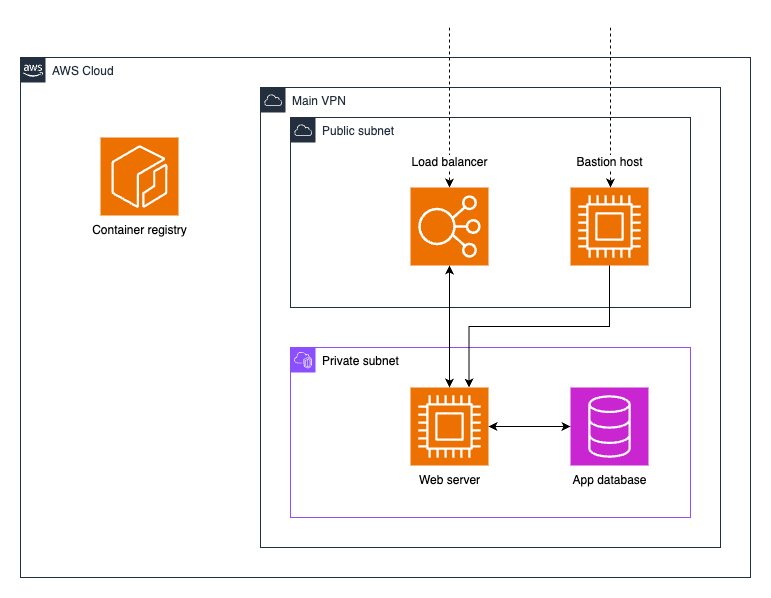
Before: app/assets/images/docs/infrastructure.png, a diagram exported from draw.io (eagerworks/rails-template). Source tidied: cells renumbered, new cells last; positions are measured from the earlier drawing's top-left corner, leaving out a move shared by most shapes. The source it was exported from:
```xml
<mxGraphModel>
  <root>
    <mxCell id="0" />
    <mxCell id="1" parent="0" />
    <mxCell id="2" style="edgeStyle=none;jettySize=auto;html=1;rounded=1;entryX=0.5;entryY=0;entryDx=0;entryDy=0;entryPerimeter=0;dashed=1;" parent="1" edge="1" target="4">
      <mxGeometry relative="1" as="geometry">
        <mxPoint x="429" as="sourcePoint" />
      </mxGeometry>
    </mxCell>
    <mxCell id="3" style="points=[[0,0,0],[0.25,0,0],[0.5,0,0],[0.75,0,0],[1,0,0],[0,1,0],[0.25,1,0],[0.5,1,0],[0.75,1,0],[1,1,0],[0,0.25,0],[0,0.5,0],[0,0.75,0],[1,0.25,0],[1,0.5,0],[1,0.75,0]];outlineConnect=0;fontColor=#232F3E;fillColor=#ED7100;strokeColor=#ffffff;dashed=0;verticalLabelPosition=bottom;verticalAlign=top;align=center;html=1;fontSize=12;fontStyle=0;shape=mxgraph.aws4.resourceIcon;resIcon=mxgraph.aws4.compute;rounded=1;" parent="1" vertex="1">
      <mxGeometry x="390" y="360" width="78" height="78" as="geometry" />
    </mxCell>
    <mxCell id="4" style="points=[[0,0,0],[0.25,0,0],[0.5,0,0],[0.75,0,0],[1,0,0],[0,1,0],[0.25,1,0],[0.5,1,0],[0.75,1,0],[1,1,0],[0,0.25,0],[0,0.5,0],[0,0.75,0],[1,0.25,0],[1,0.5,0],[1,0.75,0]];outlineConnect=0;fontColor=#232F3E;fillColor=#ED7100;strokeColor=#ffffff;dashed=0;verticalLabelPosition=bottom;verticalAlign=top;align=center;html=1;fontSize=12;fontStyle=0;shape=mxgraph.aws4.resourceIcon;resIcon=mxgraph.aws4.elastic_load_balancing;rounded=1;" parent="1" vertex="1">
      <mxGeometry x="390" y="160" width="78" height="78" as="geometry" />
    </mxCell>
    <mxCell id="5" style="points=[[0,0,0],[0.25,0,0],[0.5,0,0],[0.75,0,0],[1,0,0],[0,1,0],[0.25,1,0],[0.5,1,0],[0.75,1,0],[1,1,0],[0,0.25,0],[0,0.5,0],[0,0.75,0],[1,0.25,0],[1,0.5,0],[1,0.75,0]];outlineConnect=0;fontColor=#232F3E;fillColor=#C925D1;strokeColor=#ffffff;dashed=0;verticalLabelPosition=bottom;verticalAlign=top;align=center;html=1;fontSize=12;fontStyle=0;shape=mxgraph.aws4.resourceIcon;resIcon=mxgraph.aws4.database;rounded=1;" parent="1" vertex="1">
      <mxGeometry x="550" y="360" width="78" height="78" as="geometry" />
    </mxCell>
    <mxCell id="6" style="points=[[0,0,0],[0.25,0,0],[0.5,0,0],[0.75,0,0],[1,0,0],[0,1,0],[0.25,1,0],[0.5,1,0],[0.75,1,0],[1,1,0],[0,0.25,0],[0,0.5,0],[0,0.75,0],[1,0.25,0],[1,0.5,0],[1,0.75,0]];outlineConnect=0;fontColor=#232F3E;fillColor=#ED7100;strokeColor=#ffffff;dashed=0;verticalLabelPosition=bottom;verticalAlign=top;align=center;html=1;fontSize=12;fontStyle=0;shape=mxgraph.aws4.resourceIcon;resIcon=mxgraph.aws4.compute;rounded=1;" parent="1" vertex="1">
      <mxGeometry x="550" y="160" width="78" height="78" as="geometry" />
    </mxCell>
    <mxCell id="7" value="Web server" style="text;html=1;align=center;verticalAlign=middle;strokeColor=none;fillColor=none;rounded=1;" parent="1" vertex="1">
      <mxGeometry x="389" y="438" width="80" height="30" as="geometry" />
    </mxCell>
    <mxCell id="8" value="App database" style="text;html=1;align=center;verticalAlign=middle;strokeColor=none;fillColor=none;rounded=1;" parent="1" vertex="1">
      <mxGeometry x="539" y="438" width="100" height="30" as="geometry" />
    </mxCell>
    <mxCell id="9" value="Public subnet" style="gradientColor=none;html=1;whiteSpace=wrap;fontSize=12;fontStyle=0;shape=mxgraph.aws4.group;grIcon=mxgraph.aws4.group_aws_cloud;strokeColor=#232F3E;fillColor=none;verticalAlign=top;align=left;spacingLeft=30;fontColor=#232F3E;dashed=0;rounded=1;" parent="1" vertex="1">
      <mxGeometry x="270" y="90" width="400" height="190" as="geometry" />
    </mxCell>
    <mxCell id="10" value="&lt;font style=&quot;color: rgb(0, 0, 0); background-color: light-dark(#ffffff, var(--ge-dark-color, #121212));&quot;&gt;Private subnet&lt;/font&gt;" style="gradientColor=none;html=1;whiteSpace=wrap;fontSize=12;fontStyle=0;shape=mxgraph.aws4.group;grIcon=mxgraph.aws4.group_vpc2;strokeColor=#8C4FFF;fillColor=none;verticalAlign=top;align=left;spacingLeft=30;fontColor=#AAB7B8;dashed=0;rounded=1;" parent="1" vertex="1">
      <mxGeometry x="270" y="320" width="400" height="170" as="geometry" />
    </mxCell>
    <mxCell id="11" style="edgeStyle=orthogonalEdgeStyle;rounded=1;jettySize=auto;html=1;exitX=0;exitY=0.5;exitDx=0;exitDy=0;exitPerimeter=0;entryX=1;entryY=0.5;entryDx=0;entryDy=0;entryPerimeter=0;startArrow=classic;startFill=1;" parent="1" edge="1" source="5" target="3">
      <mxGeometry relative="1" as="geometry" />
    </mxCell>
    <mxCell id="12" style="edgeStyle=orthogonalEdgeStyle;rounded=1;jettySize=auto;html=1;exitX=0.5;exitY=1;exitDx=0;exitDy=0;exitPerimeter=0;entryX=0.5;entryY=0;entryDx=0;entryDy=0;entryPerimeter=0;startArrow=classic;startFill=1;" parent="1" edge="1" source="4" target="3">
      <mxGeometry relative="1" as="geometry" />
    </mxCell>
    <mxCell id="13" style="edgeStyle=orthogonalEdgeStyle;rounded=0;jettySize=auto;html=1;exitX=0.5;exitY=1;exitDx=0;exitDy=0;exitPerimeter=0;entryX=0.75;entryY=0;entryDx=0;entryDy=0;entryPerimeter=0;curved=0;" parent="1" edge="1" source="6" target="3">
      <mxGeometry relative="1" as="geometry" />
    </mxCell>
    <mxCell id="14" value="AWS Cloud" style="gradientColor=none;html=1;whiteSpace=wrap;fontSize=12;fontStyle=0;shape=mxgraph.aws4.group;grIcon=mxgraph.aws4.group_aws_cloud_alt;strokeColor=#232F3E;fillColor=none;verticalAlign=top;align=left;spacingLeft=30;fontColor=#232F3E;dashed=0;rounded=1;" parent="1" vertex="1">
      <mxGeometry y="30" width="730" height="520" as="geometry" />
    </mxCell>
    <mxCell id="15" style="edgeStyle=none;orthogonalLoop=1;jettySize=auto;html=1;rounded=1;entryX=0.5;entryY=0;entryDx=0;entryDy=0;entryPerimeter=0;dashed=1;" parent="14" edge="1">
      <mxGeometry relative="1" as="geometry">
        <mxPoint x="590" y="-30" as="sourcePoint" />
        <mxPoint x="590" y="130" as="targetPoint" />
      </mxGeometry>
    </mxCell>
    <mxCell id="16" value="Main VPN" style="gradientColor=none;html=1;whiteSpace=wrap;fontSize=12;fontStyle=0;shape=mxgraph.aws4.group;grIcon=mxgraph.aws4.group_aws_cloud;strokeColor=#232F3E;fillColor=none;verticalAlign=top;align=left;spacingLeft=30;fontColor=#232F3E;dashed=0;rounded=1;" parent="14" vertex="1">
      <mxGeometry x="240" y="30" width="460" height="460" as="geometry" />
    </mxCell>
    <mxCell id="17" value="Bastion host" style="text;html=1;align=center;verticalAlign=middle;strokeColor=none;fillColor=none;rounded=1;labelBackgroundColor=default;" parent="16" vertex="1">
      <mxGeometry x="304" y="60" width="90" height="30" as="geometry" />
    </mxCell>
    <mxCell id="18" value="Load balancer" style="text;html=1;align=center;verticalAlign=middle;strokeColor=none;fillColor=none;labelBackgroundColor=#FFFFFF;rounded=1;" parent="16" vertex="1">
      <mxGeometry x="139" y="60" width="100" height="30" as="geometry" />
    </mxCell>
    <mxCell id="19" style="fontColor=#232F3E;fillColor=#ED7100;strokeColor=#ffffff;dashed=0;verticalLabelPosition=bottom;verticalAlign=top;align=center;html=1;fontSize=12;fontStyle=0;shape=mxgraph.aws4.resourceIcon;resIcon=mxgraph.aws4.ecr;rounded=1;" parent="14" vertex="1">
      <mxGeometry x="80" y="80" width="78" height="78" as="geometry" />
    </mxCell>
    <mxCell id="20" value="Container registry" style="text;html=1;align=center;verticalAlign=middle;strokeColor=none;fillColor=none;rounded=1;" parent="14" vertex="1">
      <mxGeometry x="59" y="158" width="120" height="30" as="geometry" />
    </mxCell>
  </root>
</mxGraphModel>
```
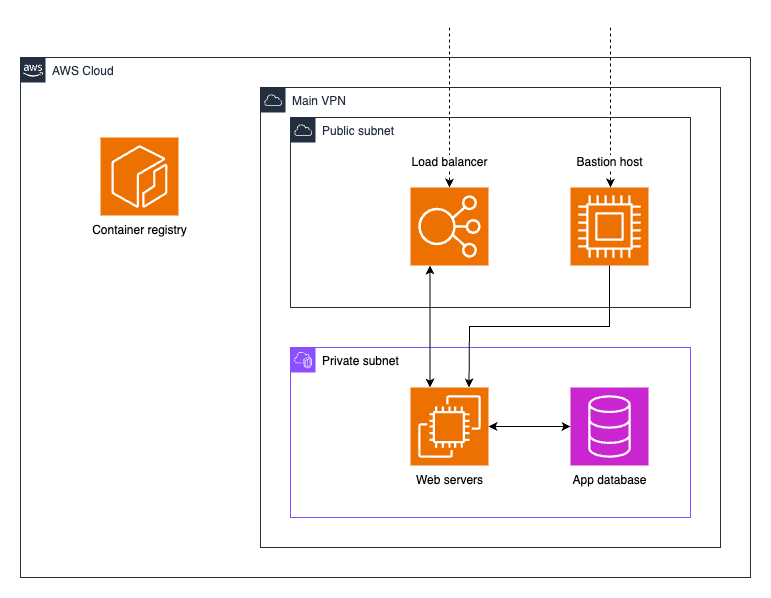
The same diagram one commit later.

Diff of the diagram source:
```diff
@@ -7,9 +7,6 @@
         <mxPoint x="429" as="sourcePoint" />
       </mxGeometry>
     </mxCell>
-    <mxCell id="3" style="points=[[0,0,0],[0.25,0,0],[0.5,0,0],[0.75,0,0],[1,0,0],[0,1,0],[0.25,1,0],[0.5,1,0],[0.75,1,0],[1,1,0],[0,0.25,0],[0,0.5,0],[0,0.75,0],[1,0.25,0],[1,0.5,0],[1,0.75,0]];outlineConnect=0;fontColor=#232F3E;fillColor=#ED7100;strokeColor=#ffffff;dashed=0;verticalLabelPosition=bottom;verticalAlign=top;align=center;html=1;fontSize=12;fontStyle=0;shape=mxgraph.aws4.resourceIcon;resIcon=mxgraph.aws4.compute;rounded=1;" parent="1" vertex="1">
-      <mxGeometry x="390" y="360" width="78" height="78" as="geometry" />
-    </mxCell>
     <mxCell id="4" style="points=[[0,0,0],[0.25,0,0],[0.5,0,0],[0.75,0,0],[1,0,0],[0,1,0],[0.25,1,0],[0.5,1,0],[0.75,1,0],[1,1,0],[0,0.25,0],[0,0.5,0],[0,0.75,0],[1,0.25,0],[1,0.5,0],[1,0.75,0]];outlineConnect=0;fontColor=#232F3E;fillColor=#ED7100;strokeColor=#ffffff;dashed=0;verticalLabelPosition=bottom;verticalAlign=top;align=center;html=1;fontSize=12;fontStyle=0;shape=mxgraph.aws4.resourceIcon;resIcon=mxgraph.aws4.elastic_load_balancing;rounded=1;" parent="1" vertex="1">
       <mxGeometry x="390" y="160" width="78" height="78" as="geometry" />
     </mxCell>
@@ -19,8 +16,8 @@
     <mxCell id="6" style="points=[[0,0,0],[0.25,0,0],[0.5,0,0],[0.75,0,0],[1,0,0],[0,1,0],[0.25,1,0],[0.5,1,0],[0.75,1,0],[1,1,0],[0,0.25,0],[0,0.5,0],[0,0.75,0],[1,0.25,0],[1,0.5,0],[1,0.75,0]];outlineConnect=0;fontColor=#232F3E;fillColor=#ED7100;strokeColor=#ffffff;dashed=0;verticalLabelPosition=bottom;verticalAlign=top;align=center;html=1;fontSize=12;fontStyle=0;shape=mxgraph.aws4.resourceIcon;resIcon=mxgraph.aws4.compute;rounded=1;" parent="1" vertex="1">
       <mxGeometry x="550" y="160" width="78" height="78" as="geometry" />
     </mxCell>
-    <mxCell id="7" value="Web server" style="text;html=1;align=center;verticalAlign=middle;strokeColor=none;fillColor=none;rounded=1;" parent="1" vertex="1">
-      <mxGeometry x="389" y="438" width="80" height="30" as="geometry" />
+    <mxCell id="7" value="Web servers" style="text;html=1;align=center;verticalAlign=middle;strokeColor=none;fillColor=none;rounded=1;" parent="1" vertex="1">
+      <mxGeometry x="384" y="438" width="90" height="30" as="geometry" />
     </mxCell>
     <mxCell id="8" value="App database" style="text;html=1;align=center;verticalAlign=middle;strokeColor=none;fillColor=none;rounded=1;" parent="1" vertex="1">
       <mxGeometry x="539" y="438" width="100" height="30" as="geometry" />
@@ -31,14 +28,16 @@
     <mxCell id="10" value="&lt;font style=&quot;color: rgb(0, 0, 0); background-color: light-dark(#ffffff, var(--ge-dark-color, #121212));&quot;&gt;Private subnet&lt;/font&gt;" style="gradientColor=none;html=1;whiteSpace=wrap;fontSize=12;fontStyle=0;shape=mxgraph.aws4.group;grIcon=mxgraph.aws4.group_vpc2;strokeColor=#8C4FFF;fillColor=none;verticalAlign=top;align=left;spacingLeft=30;fontColor=#AAB7B8;dashed=0;rounded=1;" parent="1" vertex="1">
       <mxGeometry x="270" y="320" width="400" height="170" as="geometry" />
     </mxCell>
-    <mxCell id="11" style="edgeStyle=orthogonalEdgeStyle;rounded=1;jettySize=auto;html=1;exitX=0;exitY=0.5;exitDx=0;exitDy=0;exitPerimeter=0;entryX=1;entryY=0.5;entryDx=0;entryDy=0;entryPerimeter=0;startArrow=classic;startFill=1;" parent="1" edge="1" source="5" target="3">
+    <mxCell id="11" style="edgeStyle=orthogonalEdgeStyle;rounded=1;jettySize=auto;html=1;exitX=0;exitY=0.5;exitDx=0;exitDy=0;exitPerimeter=0;entryX=1;entryY=0.5;entryDx=0;entryDy=0;entryPerimeter=0;startArrow=classic;startFill=1;" parent="1" edge="1" source="5" target="21">
       <mxGeometry relative="1" as="geometry" />
     </mxCell>
-    <mxCell id="12" style="edgeStyle=orthogonalEdgeStyle;rounded=1;jettySize=auto;html=1;exitX=0.5;exitY=1;exitDx=0;exitDy=0;exitPerimeter=0;entryX=0.5;entryY=0;entryDx=0;entryDy=0;entryPerimeter=0;startArrow=classic;startFill=1;" parent="1" edge="1" source="4" target="3">
+    <mxCell id="12" style="edgeStyle=orthogonalEdgeStyle;rounded=1;jettySize=auto;html=1;exitX=0.25;exitY=1;exitDx=0;exitDy=0;exitPerimeter=0;entryX=0.25;entryY=0;entryDx=0;entryDy=0;entryPerimeter=0;startArrow=classic;startFill=1;" parent="1" edge="1" source="4" target="21">
       <mxGeometry relative="1" as="geometry" />
     </mxCell>
-    <mxCell id="13" style="edgeStyle=orthogonalEdgeStyle;rounded=0;jettySize=auto;html=1;exitX=0.5;exitY=1;exitDx=0;exitDy=0;exitPerimeter=0;entryX=0.75;entryY=0;entryDx=0;entryDy=0;entryPerimeter=0;curved=0;" parent="1" edge="1" source="6" target="3">
-      <mxGeometry relative="1" as="geometry" />
+    <mxCell id="13" style="edgeStyle=orthogonalEdgeStyle;rounded=0;jettySize=auto;html=1;exitX=0.5;exitY=1;exitDx=0;exitDy=0;exitPerimeter=0;entryX=0.75;entryY=0;entryDx=0;entryDy=0;entryPerimeter=0;curved=0;" parent="1" edge="1" source="6">
+      <mxGeometry relative="1" as="geometry">
+        <mxPoint x="448.5" y="360" as="targetPoint" />
+      </mxGeometry>
     </mxCell>
     <mxCell id="14" value="AWS Cloud" style="gradientColor=none;html=1;whiteSpace=wrap;fontSize=12;fontStyle=0;shape=mxgraph.aws4.group;grIcon=mxgraph.aws4.group_aws_cloud_alt;strokeColor=#232F3E;fillColor=none;verticalAlign=top;align=left;spacingLeft=30;fontColor=#232F3E;dashed=0;rounded=1;" parent="1" vertex="1">
       <mxGeometry y="30" width="730" height="520" as="geometry" />
@@ -58,6 +57,9 @@
     <mxCell id="18" value="Load balancer" style="text;html=1;align=center;verticalAlign=middle;strokeColor=none;fillColor=none;labelBackgroundColor=#FFFFFF;rounded=1;" parent="16" vertex="1">
       <mxGeometry x="139" y="60" width="100" height="30" as="geometry" />
     </mxCell>
+    <mxCell id="21" style="sketch=0;points=[[0,0,0],[0.25,0,0],[0.5,0,0],[0.75,0,0],[1,0,0],[0,1,0],[0.25,1,0],[0.5,1,0],[0.75,1,0],[1,1,0],[0,0.25,0],[0,0.5,0],[0,0.75,0],[1,0.25,0],[1,0.5,0],[1,0.75,0]];outlineConnect=0;fontColor=#232F3E;fillColor=#ED7100;strokeColor=#ffffff;dashed=0;verticalLabelPosition=bottom;verticalAlign=top;align=center;html=1;fontSize=12;fontStyle=0;shape=mxgraph.aws4.resourceIcon;resIcon=mxgraph.aws4.ec2;" parent="16" vertex="1">
+      <mxGeometry x="150" y="300" width="78" height="78" as="geometry" />
+    </mxCell>
     <mxCell id="19" style="fontColor=#232F3E;fillColor=#ED7100;strokeColor=#ffffff;dashed=0;verticalLabelPosition=bottom;verticalAlign=top;align=center;html=1;fontSize=12;fontStyle=0;shape=mxgraph.aws4.resourceIcon;resIcon=mxgraph.aws4.ecr;rounded=1;" parent="14" vertex="1">
       <mxGeometry x="80" y="80" width="78" height="78" as="geometry" />
     </mxCell>
```
